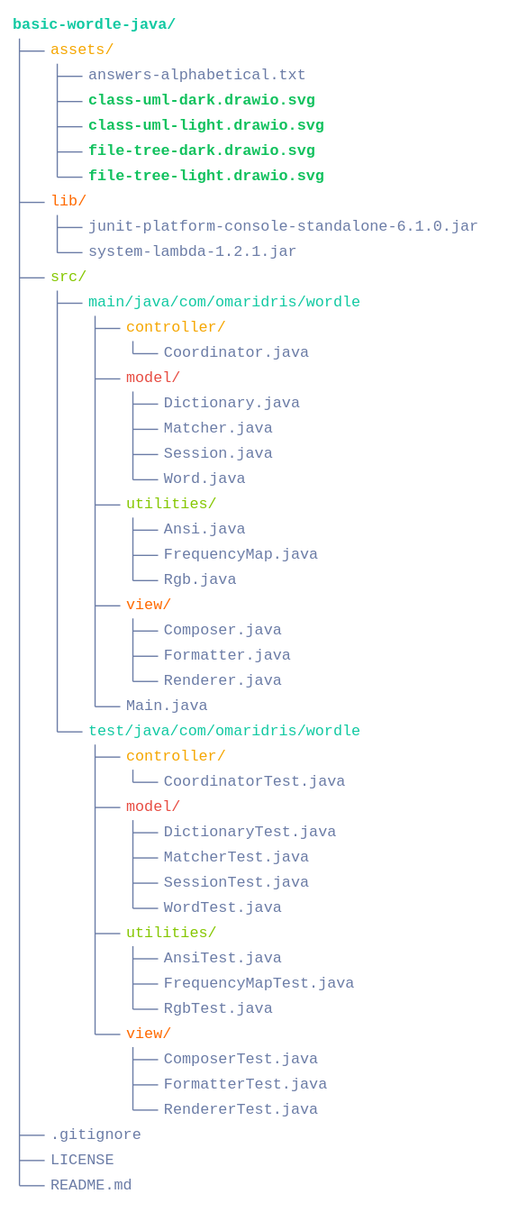
The draw.io diagram assets/file-tree-light.drawio.svg in actuallyhollow/basic-wordle-java, before a commit. Source tidied: cells renumbered, new cells last; positions are measured from the earlier drawing's top-left corner, leaving out a move shared by most shapes.
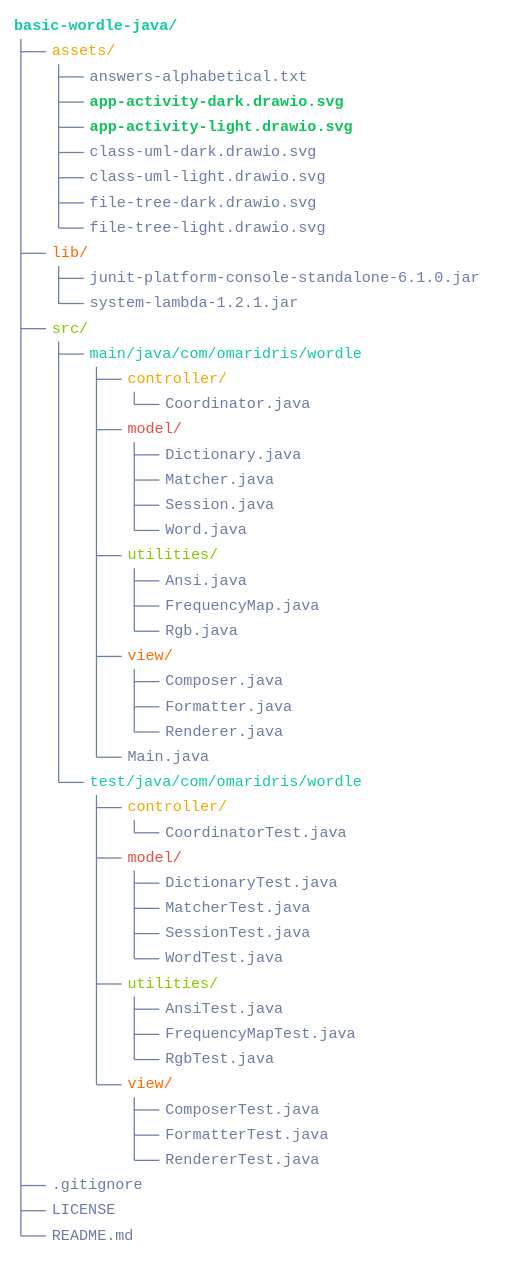
After the change.

Commit message:
docs(assets): add app-activity and update assets

Change to the diagram source:
```diff
@@ -3,23 +3,20 @@
     <mxCell id="0" />
     <mxCell id="1" parent="0" />
     <mxCell id="2" value="assets/" style="text;html=1;align=left;verticalAlign=middle;strokeColor=none;fillColor=none;fontFamily=Menlo, Monaco, 'Courier New', monospace;spacing=0;fontColor=light-dark(#F5A600,#FBBF24);" parent="1" vertex="1">
-      <mxGeometry x="30" y="20" width="70" height="20" as="geometry" />
+      <mxGeometry x="30" y="-20" width="70" height="20" as="geometry" />
     </mxCell>
     <mxCell id="3" value="basic-wordle-java/" style="text;html=1;align=left;verticalAlign=middle;strokeColor=none;fillColor=none;fontFamily=Menlo, Monaco, 'Courier New', monospace;spacing=0;fontStyle=1;fontSize=12;fontColor=light-dark(#11C9A2,#4AD5B0);" parent="1" vertex="1">
-      <mxGeometry width="150" height="20" as="geometry" />
+      <mxGeometry y="-40" width="150" height="20" as="geometry" />
     </mxCell>
     <mxCell id="4" value="answers-alphabetical.txt" style="text;html=1;align=left;verticalAlign=middle;strokeColor=none;fillColor=none;fontFamily=Menlo, Monaco, 'Courier New', monospace;spacing=0;fontColor=light-dark(#6B7CA6,#A0AABF);" parent="1" vertex="1">
-      <mxGeometry x="60" y="40" width="190" height="20" as="geometry" />
+      <mxGeometry x="60" width="190" height="20" as="geometry" />
     </mxCell>
-    <mxCell id="5" value="class-uml-light.drawio.svg" style="text;html=1;align=left;verticalAlign=middle;strokeColor=none;fillColor=none;fontFamily=Menlo, Monaco, 'Courier New', monospace;spacing=0;fontColor=light-dark(#10C15D,#2DCD73);fontStyle=1;" parent="1" vertex="1">
-      <mxGeometry x="60" y="80" width="210" height="20" as="geometry" />
+    <mxCell id="5" value="app-activity-light.drawio.svg" style="text;html=1;align=left;verticalAlign=middle;strokeColor=none;fillColor=none;fontFamily=Menlo, Monaco, 'Courier New', monospace;spacing=0;fontColor=light-dark(#10C15D,#2DCD73);fontStyle=1;" parent="1" vertex="1">
+      <mxGeometry x="60" y="40" width="230" height="20" as="geometry" />
     </mxCell>
-    <mxCell id="6" value="file-tree-light.drawio.svg" style="text;html=1;align=left;verticalAlign=middle;strokeColor=none;fillColor=none;fontFamily=Menlo, Monaco, 'Courier New', monospace;spacing=0;fontColor=light-dark(#10C15D,#2DCD73);fontStyle=1;" parent="1" vertex="1">
-      <mxGeometry x="60" y="120" width="210" height="20" as="geometry" />
-    </mxCell>
     <mxCell id="7" style="edgeStyle=none;orthogonalLoop=1;jettySize=auto;html=1;endArrow=none;endFill=0;strokeColor=light-dark(#6B7CA6,#A0AABF);" parent="1" edge="1">
       <mxGeometry relative="1" as="geometry">
-        <mxPoint x="5" y="20" as="sourcePoint" />
+        <mxPoint x="5" y="-20" as="sourcePoint" />
         <mxPoint x="5" y="930" as="targetPoint" />
       </mxGeometry>
     </mxCell>
@@ -457,8 +454,8 @@
     </mxCell>
     <mxCell id="100" style="edgeStyle=none;orthogonalLoop=1;jettySize=auto;html=1;endArrow=none;endFill=0;strokeColor=light-dark(#6B7CA6,#A0AABF);" parent="1" edge="1">
       <mxGeometry relative="1" as="geometry">
-        <mxPoint x="5" y="30" as="sourcePoint" />
-        <mxPoint x="25" y="30" as="targetPoint" />
+        <mxPoint x="5" y="-10" as="sourcePoint" />
+        <mxPoint x="25" y="-10" as="targetPoint" />
       </mxGeometry>
     </mxCell>
     <mxCell id="101" style="edgeStyle=none;orthogonalLoop=1;jettySize=auto;html=1;endArrow=none;endFill=0;strokeColor=light-dark(#6B7CA6,#A0AABF);" parent="1" edge="1">
@@ -469,7 +466,7 @@
     </mxCell>
     <mxCell id="102" style="edgeStyle=none;orthogonalLoop=1;jettySize=auto;html=1;endArrow=none;endFill=0;strokeColor=light-dark(#6B7CA6,#A0AABF);" parent="1" edge="1">
       <mxGeometry relative="1" as="geometry">
-        <mxPoint x="35" y="40" as="sourcePoint" />
+        <mxPoint x="35" as="sourcePoint" />
         <mxPoint x="35" y="130" as="targetPoint" />
       </mxGeometry>
     </mxCell>
@@ -485,11 +482,8 @@
         <mxPoint x="55" y="130" as="targetPoint" />
       </mxGeometry>
     </mxCell>
-    <mxCell id="105" value="file-tree-dark.drawio.svg" style="text;html=1;align=left;verticalAlign=middle;strokeColor=none;fillColor=none;fontFamily=Menlo, Monaco, 'Courier New', monospace;spacing=0;fontColor=light-dark(#10C15D,#2DCD73);fontStyle=1;" parent="1" vertex="1">
-      <mxGeometry x="60" y="100" width="200" height="20" as="geometry" />
-    </mxCell>
-    <mxCell id="106" value="class-uml-dark.drawio.svg" style="text;html=1;align=left;verticalAlign=middle;strokeColor=none;fillColor=none;fontFamily=Menlo, Monaco, 'Courier New', monospace;spacing=0;fontColor=light-dark(#10C15D,#2DCD73);fontStyle=1;" parent="1" vertex="1">
-      <mxGeometry x="60" y="60" width="200" height="20" as="geometry" />
+    <mxCell id="106" value="app-activity-dark.drawio.svg" style="text;html=1;align=left;verticalAlign=middle;strokeColor=none;fillColor=none;fontFamily=Menlo, Monaco, 'Courier New', monospace;spacing=0;fontColor=light-dark(#10C15D,#2DCD73);fontStyle=1;" parent="1" vertex="1">
+      <mxGeometry x="60" y="20" width="220" height="20" as="geometry" />
     </mxCell>
     <mxCell id="107" style="edgeStyle=none;orthogonalLoop=1;jettySize=auto;html=1;endArrow=none;endFill=0;strokeColor=light-dark(#6B7CA6,#A0AABF);" parent="1" edge="1">
       <mxGeometry relative="1" as="geometry">
@@ -503,5 +497,29 @@
         <mxPoint x="55" y="50" as="targetPoint" />
       </mxGeometry>
     </mxCell>
+    <mxCell id="109" value="class-uml-dark.drawio.svg" style="text;html=1;align=left;verticalAlign=middle;strokeColor=none;fillColor=none;fontFamily=Menlo, Monaco, 'Courier New', monospace;spacing=0;fontColor=light-dark(#6B7CA6,#A0AABF);" parent="1" vertex="1">
+      <mxGeometry x="60" y="60" width="200" height="20" as="geometry" />
+    </mxCell>
+    <mxCell id="110" value="class-uml-light.drawio.svg" style="text;html=1;align=left;verticalAlign=middle;strokeColor=none;fillColor=none;fontFamily=Menlo, Monaco, 'Courier New', monospace;spacing=0;fontColor=light-dark(#6B7CA6,#A0AABF);" parent="1" vertex="1">
+      <mxGeometry x="60" y="80" width="210" height="20" as="geometry" />
+    </mxCell>
+    <mxCell id="105" value="file-tree-dark.drawio.svg" style="text;html=1;align=left;verticalAlign=middle;strokeColor=none;fillColor=none;fontFamily=Menlo, Monaco, 'Courier New', monospace;spacing=0;fontColor=light-dark(#6B7CA6,#A0AABF);" parent="1" vertex="1">
+      <mxGeometry x="60" y="100" width="200" height="20" as="geometry" />
+    </mxCell>
+    <mxCell id="6" value="file-tree-light.drawio.svg" style="text;html=1;align=left;verticalAlign=middle;strokeColor=none;fillColor=none;fontFamily=Menlo, Monaco, 'Courier New', monospace;spacing=0;fontColor=light-dark(#6B7CA6,#A0AABF);" parent="1" vertex="1">
+      <mxGeometry x="60" y="120" width="210" height="20" as="geometry" />
+    </mxCell>
+    <mxCell id="111" style="edgeStyle=none;orthogonalLoop=1;jettySize=auto;html=1;endArrow=none;endFill=0;strokeColor=light-dark(#6B7CA6,#A0AABF);" parent="1" edge="1">
+      <mxGeometry relative="1" as="geometry">
+        <mxPoint x="35" y="30" as="sourcePoint" />
+        <mxPoint x="55" y="30" as="targetPoint" />
+      </mxGeometry>
+    </mxCell>
+    <mxCell id="112" style="edgeStyle=none;orthogonalLoop=1;jettySize=auto;html=1;endArrow=none;endFill=0;strokeColor=light-dark(#6B7CA6,#A0AABF);" parent="1" edge="1">
+      <mxGeometry relative="1" as="geometry">
+        <mxPoint x="35" y="10" as="sourcePoint" />
+        <mxPoint x="55" y="10" as="targetPoint" />
+      </mxGeometry>
+    </mxCell>
   </root>
 </mxGraphModel>
```
